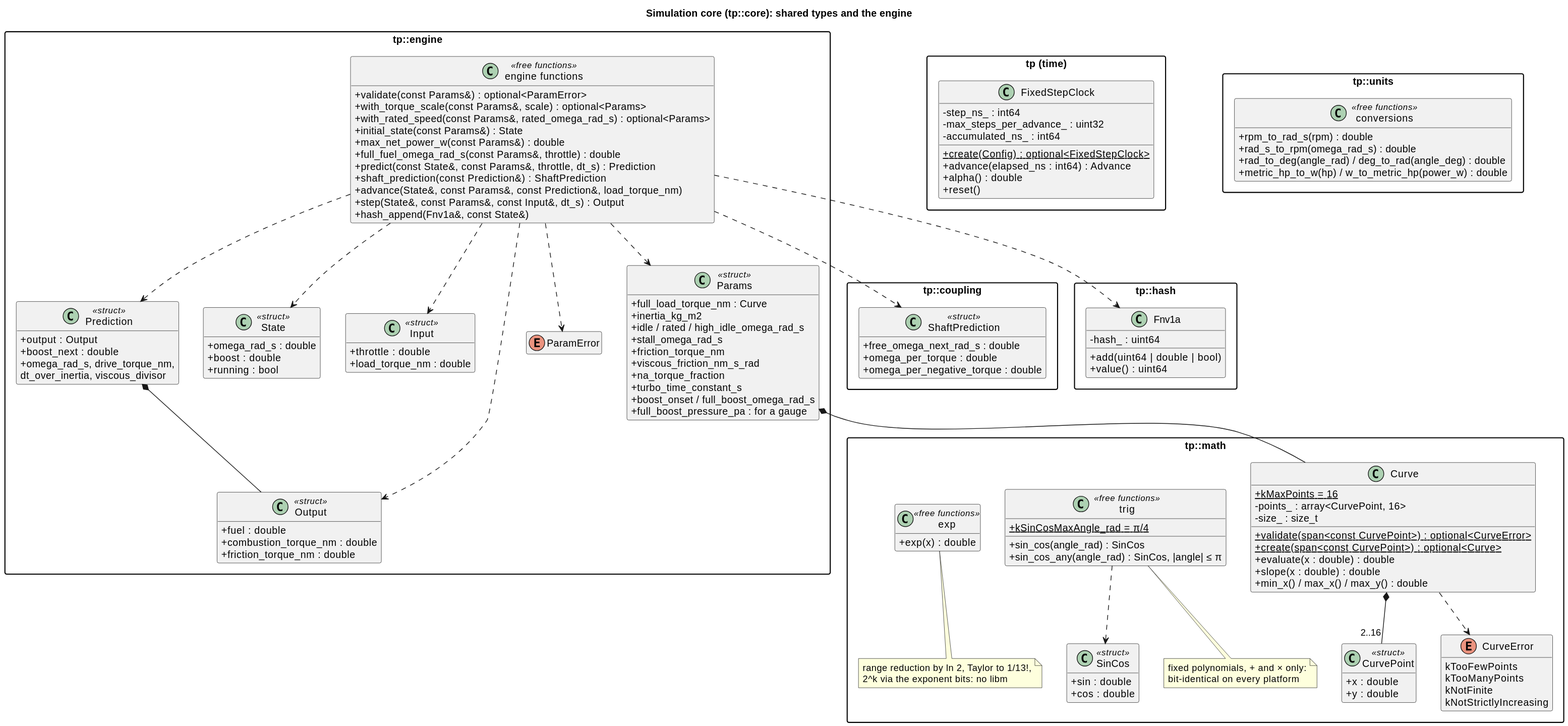
Before: docs/diagrams/svg/core_classes.svg, a diagram exported from PlantUML (wversteeg/TractorPulling).
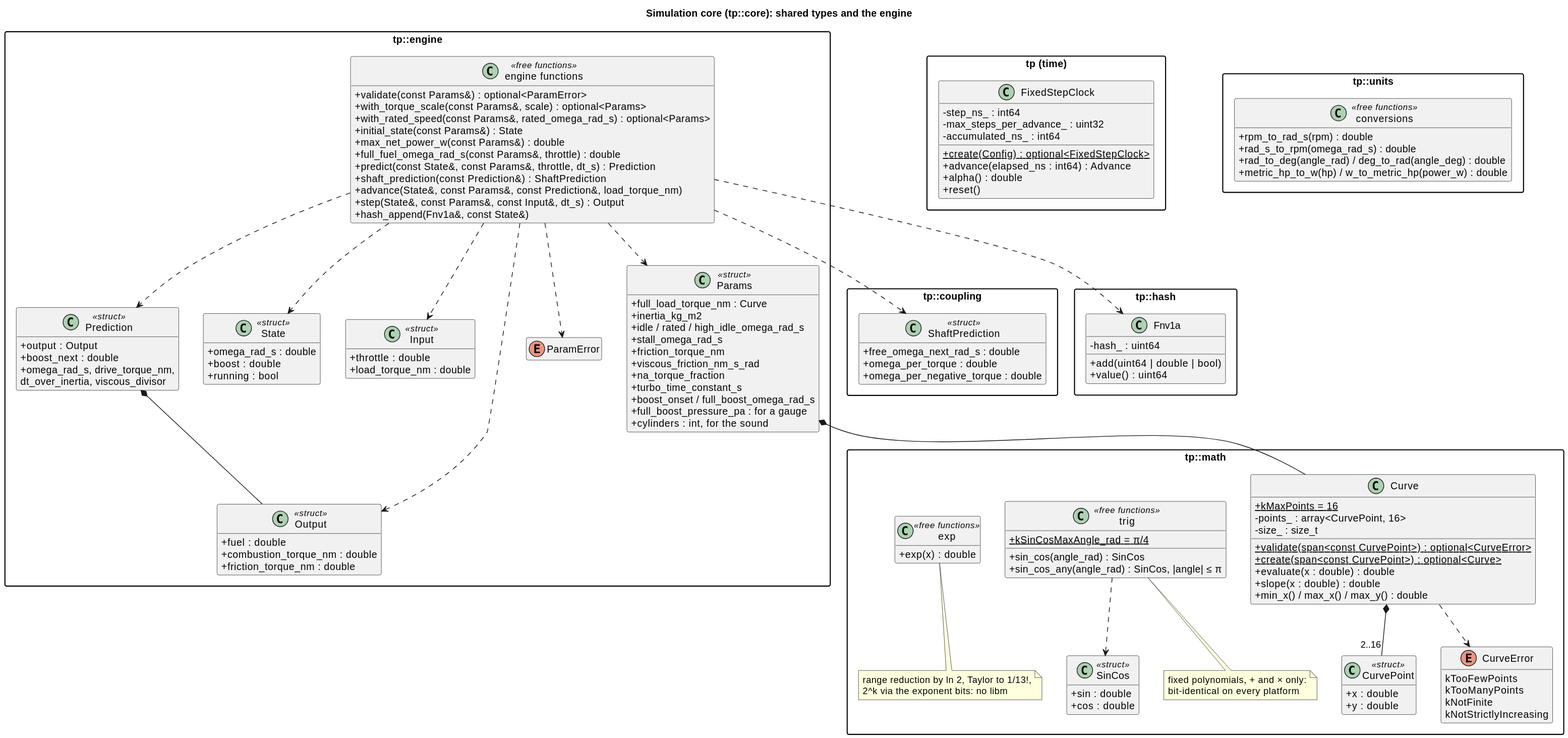
Later version of the same file.

The edit, as a diff of the source:
```diff
@@ -70,6 +70,7 @@
       +turbo_time_constant_s
       +boost_onset / full_boost_omega_rad_s
       +full_boost_pressure_pa : for a gauge
+      +cylinders : int, for the sound
     }
     class State <<struct>> {
       +omega_rad_s : double
```
